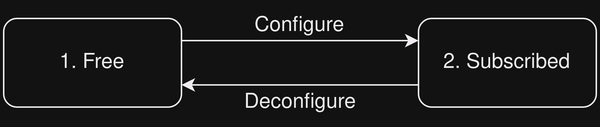
Earlier version of the draw.io export docs/free_subscribe.png (UCBerkeleySETI/commensal-automator). Source tidied: cells renumbered, new cells last; positions are measured from the earlier drawing's top-left corner, leaving out a move shared by most shapes.
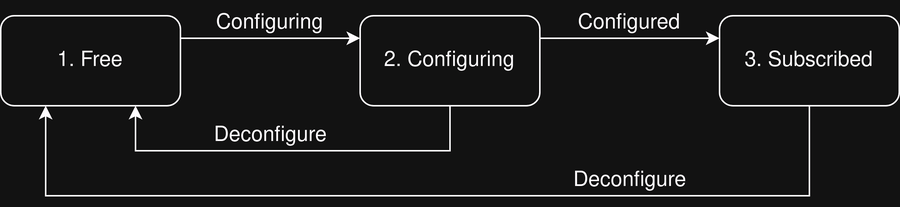
The same diagram one commit later.

Commit message:
Add a new `configuring` state to handle rapid config/deconfig.

Change to the diagram source:
```diff
@@ -2,23 +2,48 @@
   <root>
     <mxCell id="0" />
     <mxCell id="1" parent="0" />
-    <mxCell id="2" style="edgeStyle=orthogonalEdgeStyle;rounded=0;jettySize=auto;html=1;exitX=1;exitY=0.25;exitDx=0;exitDy=0;entryX=0;entryY=0.25;entryDx=0;entryDy=0;" parent="1" edge="1" source="3" target="5">
-      <mxGeometry relative="1" as="geometry" />
-    </mxCell>
+    <mxCell id="8" style="edgeStyle=orthogonalEdgeStyle;rounded=0;jettySize=auto;html=1;exitX=1;exitY=0.25;exitDx=0;exitDy=0;entryX=0;entryY=0.25;entryDx=0;entryDy=0;" parent="1" edge="1" source="3" target="11">
+      <mxGeometry relative="1" as="geometry" />
+    </mxCell>
     <mxCell id="3" value="&lt;font style=&quot;font-size: 14px;&quot;&gt;1. Free&lt;/font&gt;" style="rounded=1;whiteSpace=wrap;html=1;fillColor=none;" parent="1" vertex="1">
-      <mxGeometry y="10" width="120" height="60" as="geometry" />
+      <mxGeometry x="-120" y="10" width="120" height="60" as="geometry" />
     </mxCell>
-    <mxCell id="4" style="edgeStyle=orthogonalEdgeStyle;rounded=0;jettySize=auto;html=1;exitX=0;exitY=0.75;exitDx=0;exitDy=0;entryX=1;entryY=0.75;entryDx=0;entryDy=0;" parent="1" edge="1" source="5" target="3">
-      <mxGeometry relative="1" as="geometry" />
+    <mxCell id="4" style="edgeStyle=orthogonalEdgeStyle;rounded=0;jettySize=auto;html=1;exitX=0.5;exitY=1;exitDx=0;exitDy=0;entryX=0.25;entryY=1;entryDx=0;entryDy=0;" parent="1" edge="1" source="5" target="3">
+      <mxGeometry relative="1" as="geometry">
+        <Array as="points">
+          <mxPoint x="420" y="130" />
+          <mxPoint x="-90" y="130" />
+        </Array>
+      </mxGeometry>
     </mxCell>
-    <mxCell id="5" value="&lt;font style=&quot;font-size: 14px;&quot;&gt;2. Subscribed&lt;/font&gt;" style="rounded=1;whiteSpace=wrap;html=1;fillColor=none;" parent="1" vertex="1">
-      <mxGeometry x="280" y="10" width="120" height="60" as="geometry" />
+    <mxCell id="5" value="&lt;font style=&quot;font-size: 14px;&quot;&gt;3. Subscribed&lt;/font&gt;" style="rounded=1;whiteSpace=wrap;html=1;fillColor=none;" parent="1" vertex="1">
+      <mxGeometry x="360" y="10" width="120" height="60" as="geometry" />
     </mxCell>
-    <mxCell id="6" value="&lt;font style=&quot;font-size: 14px;&quot;&gt;Configure&lt;/font&gt;" style="text;html=1;strokeColor=none;fillColor=none;align=center;verticalAlign=middle;whiteSpace=wrap;rounded=0;" parent="1" vertex="1">
-      <mxGeometry x="170" width="60" height="30" as="geometry" />
+    <mxCell id="6" value="&lt;font style=&quot;font-size: 14px;&quot;&gt;Configuring&lt;/font&gt;" style="text;html=1;strokeColor=none;fillColor=none;align=center;verticalAlign=middle;whiteSpace=wrap;rounded=0;" parent="1" vertex="1">
+      <mxGeometry x="30" width="60" height="30" as="geometry" />
     </mxCell>
     <mxCell id="7" value="&lt;font style=&quot;font-size: 14px;&quot;&gt;Deconfigure&lt;/font&gt;" style="text;html=1;align=center;verticalAlign=middle;strokeColor=none;fillColor=none;" parent="1" vertex="1">
-      <mxGeometry x="150" y="52" width="100" height="30" as="geometry" />
+      <mxGeometry x="10" y="75" width="100" height="30" as="geometry" />
     </mxCell>
+    <mxCell id="9" style="edgeStyle=orthogonalEdgeStyle;rounded=0;jettySize=auto;html=1;exitX=1;exitY=0.25;exitDx=0;exitDy=0;entryX=0;entryY=0.25;entryDx=0;entryDy=0;" parent="1" edge="1" source="11" target="5">
+      <mxGeometry relative="1" as="geometry" />
+    </mxCell>
+    <mxCell id="10" style="edgeStyle=orthogonalEdgeStyle;rounded=0;jettySize=auto;html=1;exitX=0.5;exitY=1;exitDx=0;exitDy=0;entryX=0.75;entryY=1;entryDx=0;entryDy=0;" parent="1" edge="1" source="11" target="3">
+      <mxGeometry relative="1" as="geometry">
+        <Array as="points">
+          <mxPoint x="180" y="100" />
+          <mxPoint x="-30" y="100" />
+        </Array>
+      </mxGeometry>
+    </mxCell>
+    <mxCell id="11" value="&lt;font style=&quot;font-size: 14px;&quot;&gt;2. Configuring&lt;/font&gt;" style="rounded=1;whiteSpace=wrap;html=1;fillColor=none;" parent="1" vertex="1">
+      <mxGeometry x="120" y="10" width="120" height="60" as="geometry" />
+    </mxCell>
+    <mxCell id="12" value="&lt;font style=&quot;font-size: 14px;&quot;&gt;Deconfigure&lt;/font&gt;" style="text;html=1;align=center;verticalAlign=middle;strokeColor=none;fillColor=none;" parent="1" vertex="1">
+      <mxGeometry x="250" y="105" width="100" height="30" as="geometry" />
+    </mxCell>
+    <mxCell id="13" value="&lt;font style=&quot;font-size: 14px;&quot;&gt;Configured&lt;/font&gt;" style="text;html=1;strokeColor=none;fillColor=none;align=center;verticalAlign=middle;whiteSpace=wrap;rounded=0;" parent="1" vertex="1">
+      <mxGeometry x="270" width="60" height="30" as="geometry" />
+    </mxCell>
   </root>
 </mxGraphModel>
```
